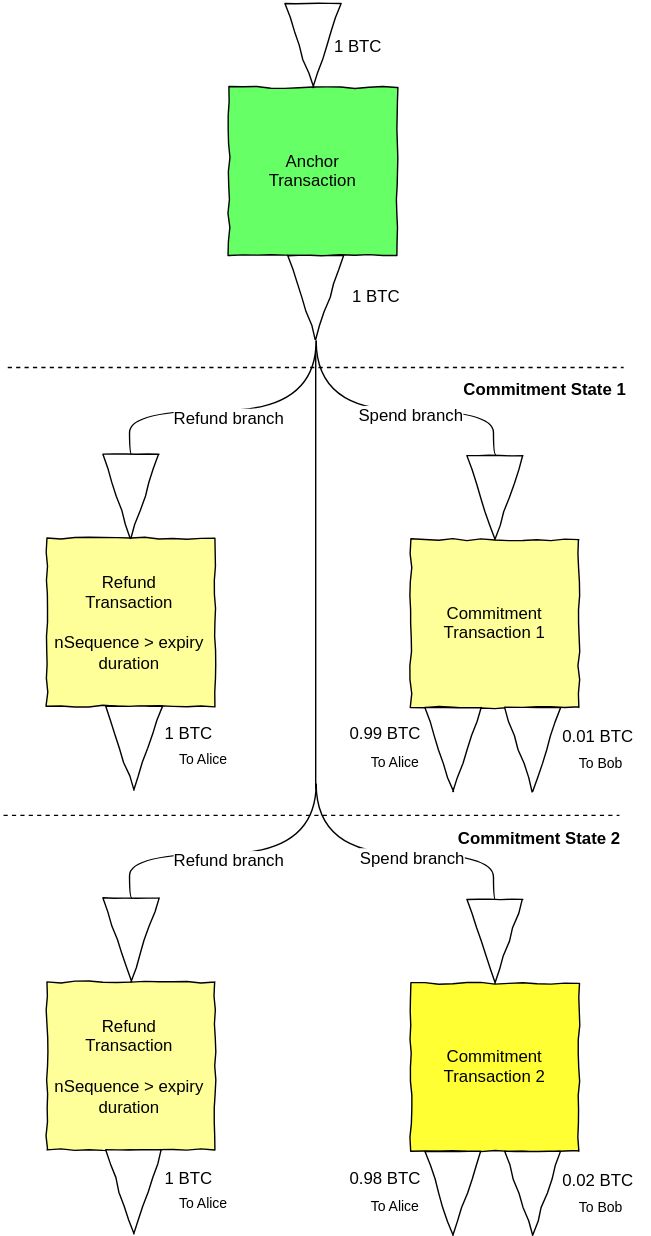
Before: Simple_Channel3.svg, a diagram exported from draw.io (PayChan/bitcoin-payment-channels-taxonomy). Source tidied: cells renumbered, new cells last; positions are measured from the earlier drawing's top-left corner, leaving out a move shared by most shapes.
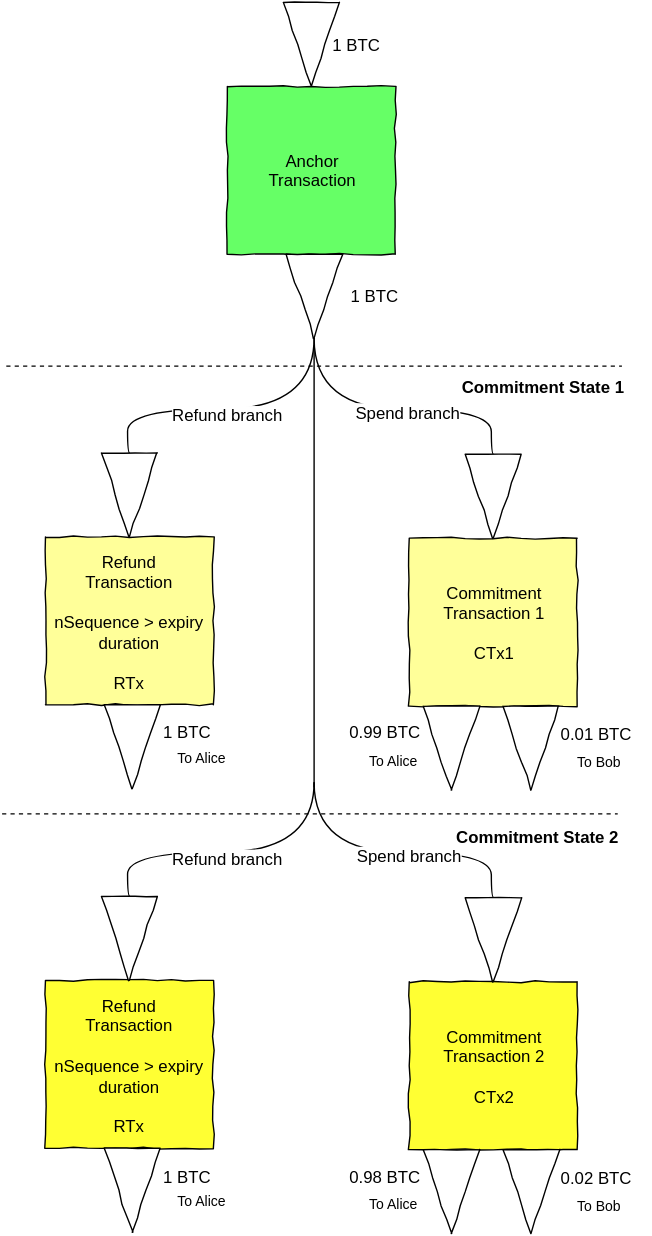
Above is the later version.

What changed in the source:
```diff
@@ -12,7 +12,7 @@
       <mxGeometry x="193" y="180" width="60" height="40" as="geometry" />
     </mxCell>
     <mxCell id="5" style="endArrow=none;html=1;edgeStyle=orthogonalEdgeStyle;endFill=0;curved=1;exitX=1;exitY=0.5;entryX=0;entryY=0.5;" parent="1" edge="1" source="4" target="17">
-      <mxGeometry x="288" y="2859" as="geometry">
+      <mxGeometry x="320" y="4975" as="geometry">
         <Array as="points">
           <mxPoint x="223" y="280.6" />
           <mxPoint x="350" y="280.6" />
@@ -25,12 +25,12 @@
       </mxGeometry>
     </mxCell>
     <mxCell id="7" value="Spend branch" style="text;html=1;align=center;verticalAlign=middle;labelBackgroundColor=#ffffff;" parent="1" vertex="1">
-      <mxGeometry x="290.3" y="282.7" as="geometry">
+      <mxGeometry x="290" y="282.7" as="geometry">
         <mxPoint x="12" y="2" as="offset" />
       </mxGeometry>
     </mxCell>
     <mxCell id="8" style="endArrow=none;html=1;edgeStyle=orthogonalEdgeStyle;endFill=0;curved=1;exitX=1;exitY=0.5;entryX=0;entryY=0.5;" parent="1" edge="1" source="4" target="14">
-      <mxGeometry x="-2" y="2869" as="geometry">
+      <mxGeometry x="30" y="4985" as="geometry">
         <Array as="points">
           <mxPoint x="223" y="280.6" />
           <mxPoint x="90" y="280.6" />
@@ -43,7 +43,7 @@
       </mxGeometry>
     </mxCell>
     <mxCell id="10" value="Refund branch" style="text;html=1;align=center;verticalAlign=middle;labelBackgroundColor=#ffffff;" parent="1" vertex="1">
-      <mxGeometry x="161" y="284.7" as="geometry">
+      <mxGeometry x="160.7" y="284.7" as="geometry">
         <mxPoint x="-4" y="4" as="offset" />
       </mxGeometry>
     </mxCell>
@@ -53,7 +53,7 @@
     <mxCell id="12" value="1 BTC" style="text;html=1;strokeColor=none;fillColor=none;align=center;verticalAlign=middle;whiteSpace=wrap;overflow=hidden;comic=1;" parent="1" vertex="1">
       <mxGeometry x="242" y="180" width="48" height="39" as="geometry" />
     </mxCell>
-    <mxCell id="13" value="&lt;span&gt;Refund&lt;/span&gt;&lt;div&gt;Transaction&lt;/div&gt;&lt;div&gt;&lt;br&gt;&lt;/div&gt;&lt;div&gt;nSequence &amp;gt; expiry duration&lt;/div&gt;" style="whiteSpace=wrap;html=1;comic=1;fillColor=#FFFF99;" parent="1" vertex="1">
+    <mxCell id="13" value="&lt;span&gt;Refund&lt;/span&gt;&lt;div&gt;Transaction&lt;/div&gt;&lt;div&gt;&lt;br&gt;&lt;/div&gt;&lt;div&gt;nSequence &amp;gt; expiry duration&lt;/div&gt;&lt;div&gt;&lt;br&gt;&lt;/div&gt;&lt;div&gt;RTx&lt;/div&gt;" style="whiteSpace=wrap;html=1;comic=1;fillColor=#FFFF99;" parent="1" vertex="1">
       <mxGeometry x="31" y="372" width="120" height="120" as="geometry" />
     </mxCell>
     <mxCell id="14" style="triangle;whiteSpace=wrap;html=1;comic=1;rotation=90;" parent="1" vertex="1">
@@ -62,7 +62,7 @@
     <mxCell id="15" style="triangle;whiteSpace=wrap;html=1;comic=1;rotation=90;" parent="1" vertex="1">
       <mxGeometry x="63" y="502" width="60" height="40" as="geometry" />
     </mxCell>
-    <mxCell id="16" value="Commitment&lt;div&gt;Transaction 1&lt;/div&gt;" style="whiteSpace=wrap;html=1;comic=1;fillColor=#FFFF99;" parent="1" vertex="1">
+    <mxCell id="16" value="Commitment&lt;div&gt;Transaction 1&lt;/div&gt;&lt;div&gt;&lt;br&gt;&lt;/div&gt;&lt;div&gt;CTx1&lt;/div&gt;" style="whiteSpace=wrap;html=1;comic=1;fillColor=#FFFF99;" parent="1" vertex="1">
       <mxGeometry x="291" y="373" width="120" height="120" as="geometry" />
     </mxCell>
     <mxCell id="17" style="triangle;whiteSpace=wrap;html=1;comic=1;rotation=90;" parent="1" vertex="1">
@@ -93,8 +93,8 @@
       <mxGeometry x="397" y="521.6" width="59" height="20" as="geometry" />
     </mxCell>
     <mxCell id="26" style="endArrow=none;html=1;edgeStyle=orthogonalEdgeStyle;endFill=0;curved=1;exitX=1;exitY=0.5;entryX=0;entryY=0.5;" parent="1" edge="1" target="36">
-      <mxGeometry x="288" y="3176" as="geometry">
-        <mxPoint x="223.3" y="547.3" as="sourcePoint" />
+      <mxGeometry x="320" y="5292" as="geometry">
+        <mxPoint x="223" y="547.3" as="sourcePoint" />
         <Array as="points">
           <mxPoint x="223" y="597.6" />
           <mxPoint x="350" y="597.6" />
@@ -107,13 +107,13 @@
       </mxGeometry>
     </mxCell>
     <mxCell id="28" value="Spend branch" style="text;html=1;align=center;verticalAlign=middle;labelBackgroundColor=#ffffff;" parent="1" vertex="1">
-      <mxGeometry x="292" y="599.3" as="geometry">
+      <mxGeometry x="290.8" y="599.3" as="geometry">
         <mxPoint x="12" y="2" as="offset" />
       </mxGeometry>
     </mxCell>
     <mxCell id="29" style="endArrow=none;html=1;edgeStyle=orthogonalEdgeStyle;endFill=0;curved=1;exitX=1;exitY=0.5;entryX=0;entryY=0.5;" parent="1" edge="1" target="33">
-      <mxGeometry x="-2" y="3186" as="geometry">
-        <mxPoint x="223.3" y="547.3" as="sourcePoint" />
+      <mxGeometry x="30" y="5302" as="geometry">
+        <mxPoint x="223" y="547.3" as="sourcePoint" />
         <Array as="points">
           <mxPoint x="223" y="597.6" />
           <mxPoint x="90" y="597.6" />
@@ -126,11 +126,11 @@
       </mxGeometry>
     </mxCell>
     <mxCell id="31" value="Refund branch" style="text;html=1;align=center;verticalAlign=middle;labelBackgroundColor=#ffffff;" parent="1" vertex="1">
-      <mxGeometry x="161" y="601.3" as="geometry">
+      <mxGeometry x="160.7" y="601.3" as="geometry">
         <mxPoint x="-4" y="4" as="offset" />
       </mxGeometry>
     </mxCell>
-    <mxCell id="32" value="&lt;span&gt;Refund&lt;/span&gt;&lt;div&gt;Transaction&lt;/div&gt;&lt;div&gt;&lt;br&gt;&lt;/div&gt;&lt;div&gt;nSequence &amp;gt; expiry duration&lt;/div&gt;" style="whiteSpace=wrap;html=1;comic=1;fillColor=#FFFF99;" parent="1" vertex="1">
+    <mxCell id="32" value="&lt;span&gt;Refund&lt;/span&gt;&lt;div&gt;Transaction&lt;/div&gt;&lt;div&gt;&lt;br&gt;&lt;/div&gt;&lt;div&gt;nSequence &amp;gt; expiry duration&lt;/div&gt;&lt;div&gt;&lt;br&gt;&lt;/div&gt;&lt;div&gt;RTx&lt;/div&gt;" style="whiteSpace=wrap;html=1;comic=1;fillColor=#FFFF33;" parent="1" vertex="1">
       <mxGeometry x="31" y="689" width="120" height="120" as="geometry" />
     </mxCell>
     <mxCell id="33" style="triangle;whiteSpace=wrap;html=1;comic=1;rotation=90;" parent="1" vertex="1">
@@ -139,7 +139,7 @@
     <mxCell id="34" style="triangle;whiteSpace=wrap;html=1;comic=1;rotation=90;" parent="1" vertex="1">
       <mxGeometry x="63" y="819" width="60" height="40" as="geometry" />
     </mxCell>
-    <mxCell id="35" value="Commitment&lt;div&gt;Transaction 2&lt;/div&gt;" style="whiteSpace=wrap;html=1;comic=1;fillColor=#FFFF33;" parent="1" vertex="1">
+    <mxCell id="35" value="Commitment&lt;div&gt;Transaction 2&lt;/div&gt;&lt;div&gt;&lt;br&gt;&lt;/div&gt;&lt;div&gt;CTx2&lt;/div&gt;" style="whiteSpace=wrap;html=1;comic=1;fillColor=#FFFF33;" parent="1" vertex="1">
       <mxGeometry x="291" y="690" width="120" height="120" as="geometry" />
     </mxCell>
     <mxCell id="36" style="triangle;whiteSpace=wrap;html=1;comic=1;rotation=90;" parent="1" vertex="1">
@@ -170,19 +170,19 @@
       <mxGeometry x="397" y="838.6" width="59" height="20" as="geometry" />
     </mxCell>
     <mxCell id="45" style="endArrow=none;html=1;endFill=0;" parent="1" edge="1">
-      <mxGeometry x="273" y="2854" as="geometry">
+      <mxGeometry x="305" y="4970" as="geometry">
         <mxPoint x="223" y="235" as="sourcePoint" />
         <mxPoint x="223" y="551" as="targetPoint" />
       </mxGeometry>
     </mxCell>
     <mxCell id="46" style="endArrow=none;html=1;endFill=0;dashed=1;" parent="1" edge="1">
-      <mxGeometry x="50" y="3189" as="geometry">
+      <mxGeometry x="82" y="5305" as="geometry">
         <mxPoint y="570" as="sourcePoint" />
         <mxPoint x="440" y="570" as="targetPoint" />
       </mxGeometry>
     </mxCell>
     <mxCell id="47" style="endArrow=none;html=1;endFill=0;dashed=1;" parent="1" edge="1">
-      <mxGeometry x="53" y="2869" as="geometry">
+      <mxGeometry x="85" y="4985" as="geometry">
         <mxPoint x="3" y="250" as="sourcePoint" />
         <mxPoint x="443" y="250" as="targetPoint" />
       </mxGeometry>
```
